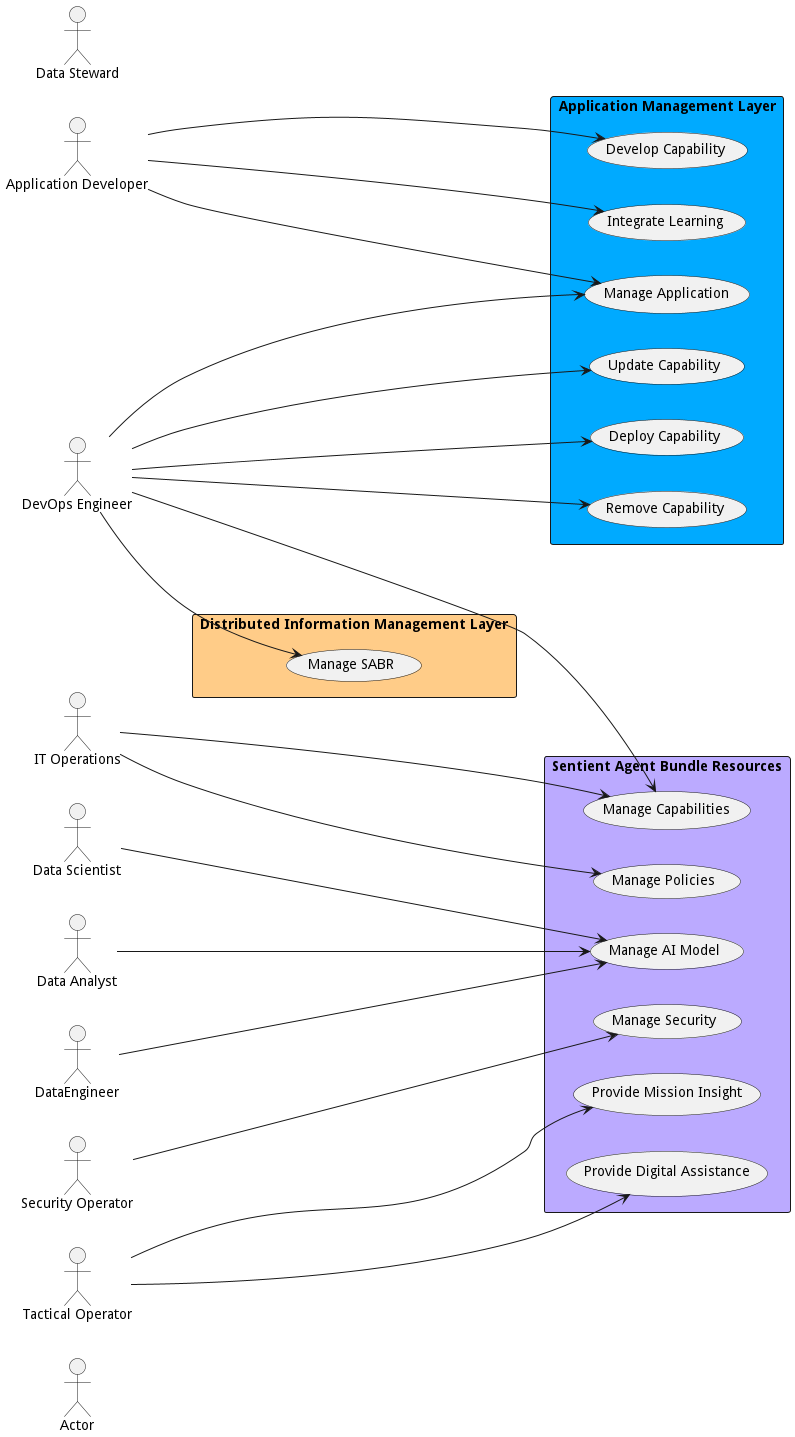
madajaju/sabr keeps this PlantUML diagram as docs/actors/Actors.png. Above is the earlier version. The source it was exported from:
```plantuml
@startuml

left to right direction

Actor "Actor" as Actor

Actor "Application Developer" as ApplicationDeveloper

Actor "Data Analyst" as DataAnalyst

Actor "DataEngineer" as DataEngineer

Actor "Data Scientist" as DataScientist

Actor "Data Steward" as DataSteward

Actor "DevOps Engineer" as DevOpsEngineer

Actor "IT Operations" as ITOperations

Actor "Security Operator" as SecurityOperator

Actor "Tactical Operator" as TacticalOperator



rectangle "Application Management Layer" as aml  #00aaff {
        usecase "Integrate Learning" as IntegrateLearning

        ApplicationDeveloper ---> IntegrateLearning

    usecase "Manage Application" as ManageApplication

        DevOpsEngineer ---> ManageApplication

        ApplicationDeveloper ---> ManageApplication


}

rectangle "Application Management Layer" as aml  #00aaff {
        usecase "Develop Capability" as DevelopCapability

        ApplicationDeveloper --> DevelopCapability

    usecase "Deploy Capability" as DeployCapability

        DevOpsEngineer --> DeployCapability

    usecase "Remove Capability" as RemoveCapability

        DevOpsEngineer --> RemoveCapability

    usecase "Update Capability" as UpdateCapability

        DevOpsEngineer --> UpdateCapability


}

rectangle "Sentient Agent Bundle Resources" as sabr  #bbaaff {
        usecase "Manage AI Model" as ManageAIModel

        DataEngineer ---> ManageAIModel

        DataScientist ---> ManageAIModel

        DataAnalyst ---> ManageAIModel

    usecase "Manage Capabilities" as ManageCapabilities

        DevOpsEngineer ---> ManageCapabilities

        ITOperations ---> ManageCapabilities

    usecase "Manage Policies" as ManagePolicies

        ITOperations ---> ManagePolicies

    usecase "Manage Security" as ManageSecurity

        SecurityOperator ---> ManageSecurity

    usecase "Provide Digital Assistance" as ProvideDigitalAssistance

        TacticalOperator ---> ProvideDigitalAssistance

    usecase "Provide Mission Insight" as ProvideMissionInsight

        TacticalOperator ---> ProvideMissionInsight


}

rectangle "Distributed Information Management Layer" as diml  #ffcc88 {
        usecase "Manage SABR" as ManageSABR

        DevOpsEngineer --> ManageSABR


}


@enduml
```
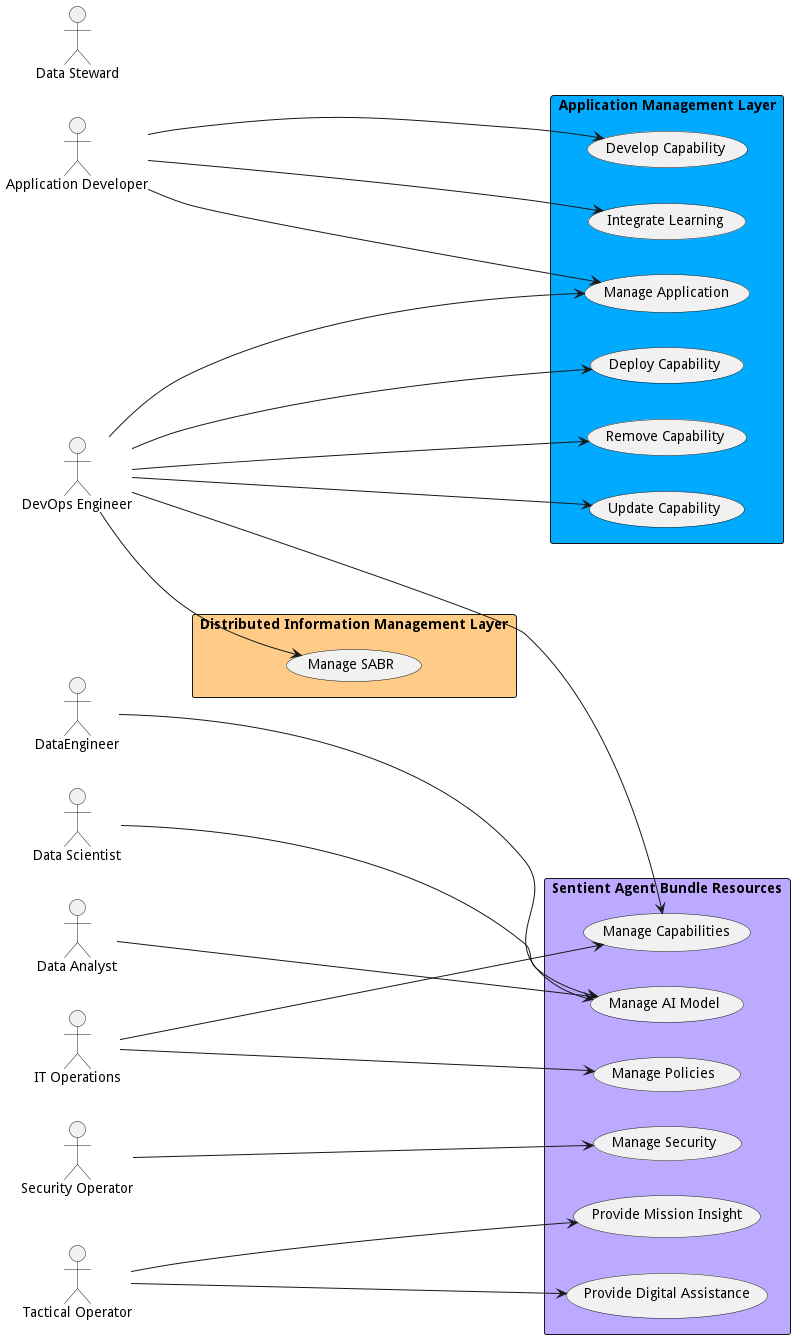
Above is the later version.

Diff of the diagram source:
```diff
@@ -1,8 +1,6 @@
 @startuml
 
 left to right direction
-
-Actor "Actor" as Actor
 
 Actor "Application Developer" as ApplicationDeveloper
 
```
